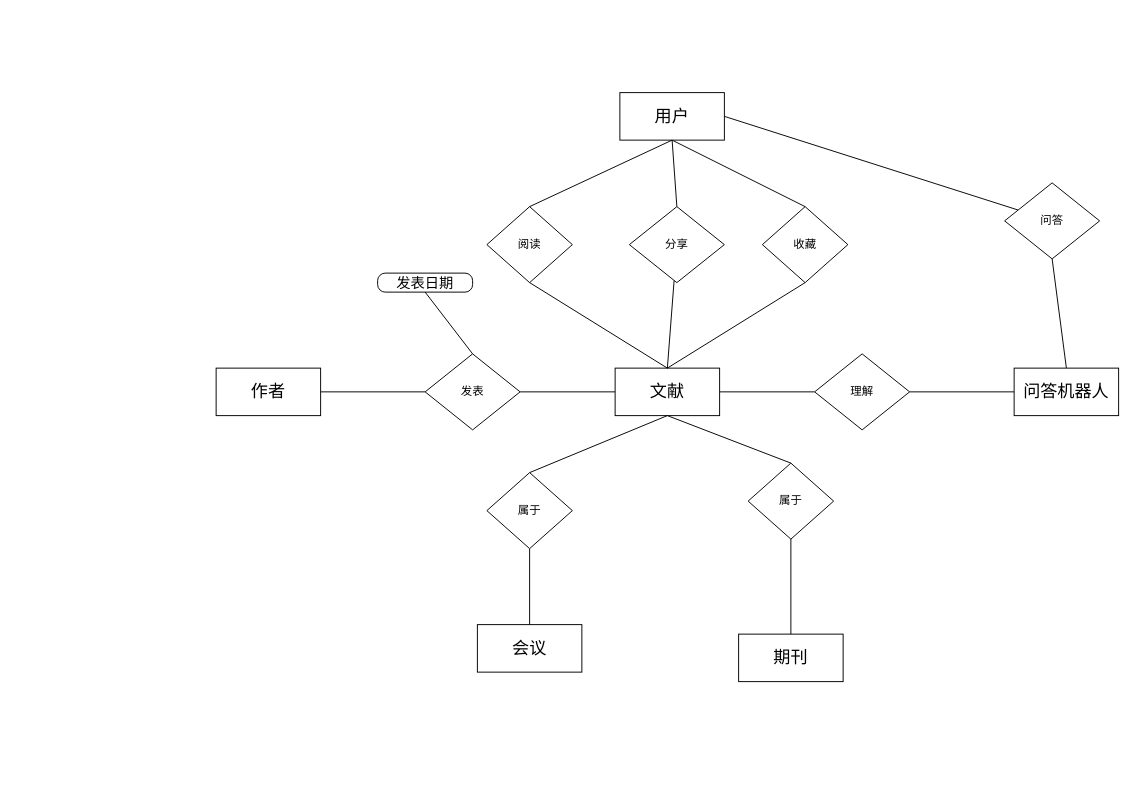
Above: ＥＲ图.drawio in yearnallover/step_into_chatgpt (draw.io), before the change. Source tidied: cells renumbered, new cells numbered last; positions are measured from the earlier drawing's top-left corner, leaving out a move shared by most shapes. Both pictures are drawn from the tidied source at 95%, with x=0, y=0 at pixel (216, 92).
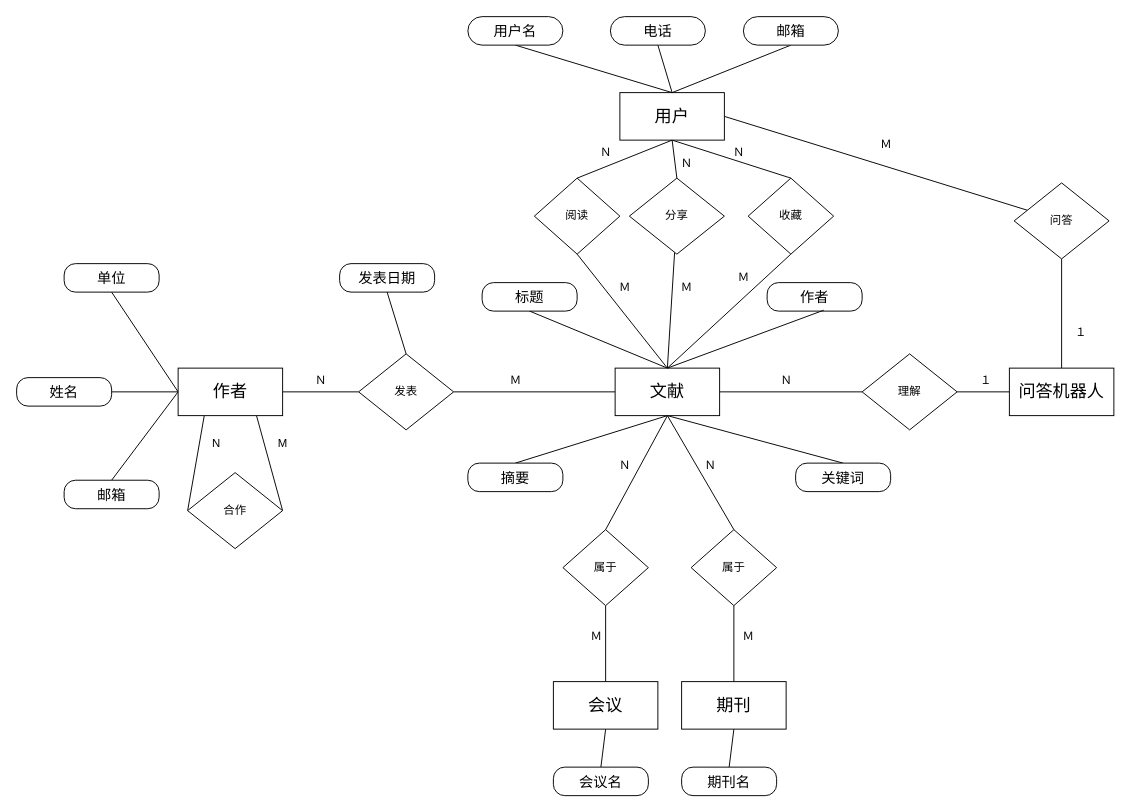
Above is the later version.

Unchanged cells that the change refers to:
```xml
<mxCell id="5" value="&lt;font style=&quot;font-size: 18px;&quot;&gt;用户&lt;/font&gt;" style="rounded=0;whiteSpace=wrap;html=1;" parent="1" vertex="1">
  <mxGeometry x="425" width="110" height="50" as="geometry" />
</mxCell>
<mxCell id="17" value="&lt;font style=&quot;font-size: 18px;&quot;&gt;文献&lt;/font&gt;" style="rounded=0;whiteSpace=wrap;html=1;" parent="1" vertex="1">
  <mxGeometry x="420" y="290" width="110" height="50" as="geometry" />
</mxCell>
```

Diff of the diagram source:
```diff
@@
     <mxCell id="6" style="shape=table;startSize=0;childLayout=tableLayout;rowLines=0;fontStyle=0;align=center;strokeColor=none;fillColor=none;" parent="1" vertex="1">
-      <mxGeometry x="305" y="200" width="180" height="30" as="geometry" />
+      <mxGeometry x="265" y="200" width="180" height="30" as="geometry" />
     </mxCell>
@@
     <mxCell id="11" value="&lt;span style=&quot;font-size: 15px;&quot;&gt;发表日期&lt;/span&gt;" style="rounded=1;whiteSpace=wrap;html=1;arcSize=40;fontColor=#000000;fillColor=#FFFFFF;strokeColor=#000000;" parent="1" vertex="1">
-      <mxGeometry x="170" y="190" width="100" height="20" as="geometry" />
+      <mxGeometry x="130" y="180" width="100" height="30" as="geometry" />
     </mxCell>
@@
+    <mxCell id="38" style="rounded=0;jettySize=auto;html=1;entryX=0.5;entryY=0;entryDx=0;entryDy=0;endArrow=none;endFill=0;exitX=0;exitY=0.5;exitDx=0;exitDy=0;" parent="1" edge="1" source="13" target="63">
+      <mxGeometry relative="1" as="geometry" />
+    </mxCell>
+    <mxCell id="39" style="rounded=0;jettySize=auto;html=1;exitX=0;exitY=0.5;exitDx=0;exitDy=0;entryX=0.5;entryY=1;entryDx=0;entryDy=0;endArrow=none;endFill=0;" parent="1" edge="1" source="13" target="61">
+      <mxGeometry relative="1" as="geometry" />
+    </mxCell>
+    <mxCell id="40" style="rounded=0;jettySize=auto;html=1;exitX=0;exitY=0.5;exitDx=0;exitDy=0;entryX=1;entryY=0.5;entryDx=0;entryDy=0;endArrow=none;endFill=0;" parent="1" edge="1" source="13" target="62">
+      <mxGeometry relative="1" as="geometry" />
+    </mxCell>
+    <mxCell id="41" style="rounded=0;jettySize=auto;html=1;exitX=0.75;exitY=1;exitDx=0;exitDy=0;entryX=1;entryY=0.5;entryDx=0;entryDy=0;endArrow=none;endFill=0;" parent="1" edge="1" source="13" target="80">
+      <mxGeometry relative="1" as="geometry" />
+    </mxCell>
+    <mxCell id="42" style="rounded=0;jettySize=auto;html=1;exitX=0.25;exitY=1;exitDx=0;exitDy=0;entryX=0;entryY=0.5;entryDx=0;entryDy=0;endArrow=none;endFill=0;" parent="1" edge="1" source="13" target="80">
+      <mxGeometry relative="1" as="geometry" />
+    </mxCell>
     <mxCell id="13" value="&lt;span style=&quot;font-size: 18px;&quot;&gt;作者&lt;/span&gt;" style="rounded=0;whiteSpace=wrap;html=1;" parent="1" vertex="1">
-      <mxGeometry y="290" width="110" height="50" as="geometry" />
+      <mxGeometry x="-40" y="290" width="110" height="50" as="geometry" />
     </mxCell>
@@
+    <mxCell id="43" style="rounded=0;jettySize=auto;html=1;exitX=0.5;exitY=0;exitDx=0;exitDy=0;entryX=0.5;entryY=1;entryDx=0;entryDy=0;endArrow=none;endFill=0;" parent="1" edge="1" source="17" target="54">
+      <mxGeometry relative="1" as="geometry" />
+    </mxCell>
+    <mxCell id="44" style="rounded=0;jettySize=auto;html=1;exitX=0.5;exitY=1;exitDx=0;exitDy=0;entryX=0.5;entryY=0;entryDx=0;entryDy=0;endArrow=none;endFill=0;" parent="1" edge="1" source="17" target="57">
+      <mxGeometry relative="1" as="geometry" />
+    </mxCell>
+    <mxCell id="45" style="rounded=0;jettySize=auto;html=1;exitX=0.5;exitY=1;exitDx=0;exitDy=0;entryX=0.5;entryY=0;entryDx=0;entryDy=0;endArrow=none;endFill=0;" parent="1" edge="1" source="17" target="56">
+      <mxGeometry relative="1" as="geometry" />
+    </mxCell>
@@
+    <mxCell id="46" style="rounded=0;jettySize=auto;html=1;exitX=0.5;exitY=1;exitDx=0;exitDy=0;entryX=0.5;entryY=0;entryDx=0;entryDy=0;endArrow=none;endFill=0;" parent="1" edge="1" source="18" target="59">
+      <mxGeometry relative="1" as="geometry" />
+    </mxCell>
     <mxCell id="18" value="&lt;span style=&quot;font-size: 18px;&quot;&gt;会议&lt;/span&gt;" style="rounded=0;whiteSpace=wrap;html=1;" parent="1" vertex="1">
-      <mxGeometry x="275" y="560" width="110" height="50" as="geometry" />
+      <mxGeometry x="355" y="620" width="110" height="50" as="geometry" />
     </mxCell>
@@
     <mxCell id="20" value="&lt;span style=&quot;font-size: 18px;&quot;&gt;问答机器人&lt;/span&gt;" style="rounded=0;whiteSpace=wrap;html=1;" parent="1" vertex="1">
-      <mxGeometry x="840" y="290" width="110" height="50" as="geometry" />
+      <mxGeometry x="835" y="290" width="110" height="50" as="geometry" />
     </mxCell>
     <mxCell id="21" value="发表" style="rhombus;whiteSpace=wrap;html=1;" parent="1" vertex="1">
-      <mxGeometry x="220" y="275" width="100" height="80" as="geometry" />
+      <mxGeometry x="150" y="275" width="100" height="80" as="geometry" />
     </mxCell>
     <mxCell id="22" value="阅读" style="rhombus;whiteSpace=wrap;html=1;" parent="1" vertex="1">
-      <mxGeometry x="285" y="120" width="90" height="80" as="geometry" />
+      <mxGeometry x="335" y="90" width="90" height="80" as="geometry" />
     </mxCell>
@@
     <mxCell id="26" value="收藏" style="rhombus;whiteSpace=wrap;html=1;" parent="1" vertex="1">
-      <mxGeometry x="575" y="120" width="90" height="80" as="geometry" />
+      <mxGeometry x="560" y="90" width="90" height="80" as="geometry" />
     </mxCell>
     <mxCell id="27" value="分享" style="rhombus;whiteSpace=wrap;html=1;" parent="1" vertex="1">
-      <mxGeometry x="435" y="120" width="100" height="80" as="geometry" />
+      <mxGeometry x="435" y="90" width="100" height="80" as="geometry" />
     </mxCell>
@@
     <mxCell id="29" value="问答" style="rhombus;whiteSpace=wrap;html=1;" parent="1" vertex="1">
-      <mxGeometry x="830" y="95" width="100" height="80" as="geometry" />
+      <mxGeometry x="840" y="95" width="100" height="80" as="geometry" />
     </mxCell>
     <mxCell id="30" value="理解" style="rhombus;whiteSpace=wrap;html=1;" parent="1" vertex="1">
-      <mxGeometry x="630" y="275" width="100" height="80" as="geometry" />
+      <mxGeometry x="680" y="275" width="100" height="80" as="geometry" />
     </mxCell>
+    <mxCell id="47" style="rounded=0;jettySize=auto;html=1;exitX=0.5;exitY=1;exitDx=0;exitDy=0;entryX=0.5;entryY=0;entryDx=0;entryDy=0;endArrow=none;endFill=0;" parent="1" edge="1" source="31" target="60">
+      <mxGeometry relative="1" as="geometry" />
+    </mxCell>
     <mxCell id="31" value="&lt;span style=&quot;font-size: 18px;&quot;&gt;期刊&lt;/span&gt;" style="rounded=0;whiteSpace=wrap;html=1;" parent="1" vertex="1">
-      <mxGeometry x="550" y="570" width="110" height="50" as="geometry" />
+      <mxGeometry x="490" y="620" width="110" height="50" as="geometry" />
     </mxCell>
@@
     <mxCell id="34" value="属于" style="rhombus;whiteSpace=wrap;html=1;" parent="1" vertex="1">
-      <mxGeometry x="285" y="400" width="90" height="80" as="geometry" />
+      <mxGeometry x="365" y="460" width="90" height="80" as="geometry" />
     </mxCell>
@@
     <mxCell id="37" value="属于" style="rhombus;whiteSpace=wrap;html=1;" parent="1" vertex="1">
-      <mxGeometry x="560" y="390" width="90" height="80" as="geometry" />
+      <mxGeometry x="500" y="460" width="90" height="80" as="geometry" />
     </mxCell>
+    <mxCell id="48" style="rounded=0;jettySize=auto;html=1;exitX=0.5;exitY=1;exitDx=0;exitDy=0;entryX=0.5;entryY=0;entryDx=0;entryDy=0;endArrow=none;endFill=0;" parent="1" edge="1" source="49" target="5">
+      <mxGeometry relative="1" as="geometry" />
+    </mxCell>
+    <mxCell id="49" value="&lt;span style=&quot;font-size: 15px;&quot;&gt;用户名&lt;/span&gt;" style="rounded=1;whiteSpace=wrap;html=1;arcSize=50;fontColor=#000000;fillColor=#FFFFFF;strokeColor=#000000;" parent="1" vertex="1">
+      <mxGeometry x="265" y="-80" width="100" height="30" as="geometry" />
+    </mxCell>
+    <mxCell id="50" style="rounded=0;jettySize=auto;html=1;exitX=0.5;exitY=1;exitDx=0;exitDy=0;entryX=0.5;entryY=0;entryDx=0;entryDy=0;endArrow=none;endFill=0;" parent="1" edge="1" source="51" target="5">
+      <mxGeometry relative="1" as="geometry" />
+    </mxCell>
+    <mxCell id="51" value="&lt;span style=&quot;font-size: 15px;&quot;&gt;电话&lt;/span&gt;" style="rounded=1;whiteSpace=wrap;html=1;arcSize=50;fontColor=#000000;fillColor=#FFFFFF;strokeColor=#000000;" parent="1" vertex="1">
+      <mxGeometry x="415" y="-80" width="100" height="30" as="geometry" />
+    </mxCell>
+    <mxCell id="52" style="rounded=0;jettySize=auto;html=1;exitX=0.5;exitY=1;exitDx=0;exitDy=0;entryX=0.5;entryY=0;entryDx=0;entryDy=0;endArrow=none;endFill=0;" parent="1" edge="1" source="53" target="5">
+      <mxGeometry relative="1" as="geometry" />
+    </mxCell>
+    <mxCell id="53" value="&lt;span style=&quot;font-size: 15px;&quot;&gt;邮箱&lt;/span&gt;" style="rounded=1;whiteSpace=wrap;html=1;arcSize=50;fontColor=#000000;fillColor=#FFFFFF;strokeColor=#000000;" parent="1" vertex="1">
+      <mxGeometry x="555" y="-80" width="100" height="30" as="geometry" />
+    </mxCell>
+    <mxCell id="54" value="&lt;span style=&quot;font-size: 15px;&quot;&gt;标题&lt;/span&gt;" style="rounded=1;whiteSpace=wrap;html=1;arcSize=40;fontColor=#000000;fillColor=#FFFFFF;strokeColor=#000000;" parent="1" vertex="1">
+      <mxGeometry x="280" y="200" width="100" height="30" as="geometry" />
+    </mxCell>
+    <mxCell id="55" value="&lt;span style=&quot;font-size: 15px;&quot;&gt;作者&lt;/span&gt;" style="rounded=1;whiteSpace=wrap;html=1;arcSize=40;fontColor=#000000;fillColor=#FFFFFF;strokeColor=#000000;" parent="1" vertex="1">
+      <mxGeometry x="580" y="200" width="100" height="30" as="geometry" />
+    </mxCell>
+    <mxCell id="56" value="&lt;span style=&quot;font-size: 15px;&quot;&gt;摘要&lt;/span&gt;" style="rounded=1;whiteSpace=wrap;html=1;arcSize=40;fontColor=#000000;fillColor=#FFFFFF;strokeColor=#000000;" parent="1" vertex="1">
+      <mxGeometry x="265" y="390" width="100" height="30" as="geometry" />
+    </mxCell>
+    <mxCell id="57" value="&lt;span style=&quot;font-size: 15px;&quot;&gt;关键词&lt;/span&gt;" style="rounded=1;whiteSpace=wrap;html=1;arcSize=40;fontColor=#000000;fillColor=#FFFFFF;strokeColor=#000000;" parent="1" vertex="1">
+      <mxGeometry x="610" y="390" width="100" height="30" as="geometry" />
+    </mxCell>
+    <mxCell id="58" style="rounded=0;jettySize=auto;html=1;exitX=0.5;exitY=0;exitDx=0;exitDy=0;entryX=0.596;entryY=0.968;entryDx=0;entryDy=0;entryPerimeter=0;endArrow=none;endFill=0;" parent="1" edge="1" source="17" target="55">
+      <mxGeometry relative="1" as="geometry" />
+    </mxCell>
+    <mxCell id="59" value="&lt;span style=&quot;font-size: 15px;&quot;&gt;会议名&lt;/span&gt;" style="rounded=1;whiteSpace=wrap;html=1;arcSize=40;fontColor=#000000;fillColor=#FFFFFF;strokeColor=#000000;" parent="1" vertex="1">
+      <mxGeometry x="355" y="710" width="100" height="30" as="geometry" />
+    </mxCell>
+    <mxCell id="60" value="&lt;span style=&quot;font-size: 15px;&quot;&gt;期刊名&lt;/span&gt;" style="rounded=1;whiteSpace=wrap;html=1;arcSize=40;fontColor=#000000;fillColor=#FFFFFF;strokeColor=#000000;" parent="1" vertex="1">
+      <mxGeometry x="490" y="710" width="100" height="30" as="geometry" />
+    </mxCell>
+    <mxCell id="61" value="&lt;span style=&quot;font-size: 15px;&quot;&gt;单位&lt;/span&gt;" style="rounded=1;whiteSpace=wrap;html=1;arcSize=40;fontColor=#000000;fillColor=#FFFFFF;strokeColor=#000000;" parent="1" vertex="1">
+      <mxGeometry x="-160" y="180" width="100" height="30" as="geometry" />
+    </mxCell>
+    <mxCell id="62" value="&lt;span style=&quot;font-size: 15px;&quot;&gt;姓名&lt;/span&gt;" style="rounded=1;whiteSpace=wrap;html=1;arcSize=40;fontColor=#000000;fillColor=#FFFFFF;strokeColor=#000000;" parent="1" vertex="1">
+      <mxGeometry x="-210" y="300" width="100" height="30" as="geometry" />
+    </mxCell>
+    <mxCell id="63" value="&lt;span style=&quot;font-size: 15px;&quot;&gt;邮箱&lt;/span&gt;" style="rounded=1;whiteSpace=wrap;html=1;arcSize=40;fontColor=#000000;fillColor=#FFFFFF;strokeColor=#000000;" parent="1" vertex="1">
+      <mxGeometry x="-160" y="408" width="100" height="30" as="geometry" />
+    </mxCell>
+    <mxCell id="64" value="Ｎ" style="text;html=1;align=center;verticalAlign=middle;strokeColor=none;fillColor=none;" parent="1" vertex="1">
+      <mxGeometry x="90" y="288" width="40" height="30" as="geometry" />
+    </mxCell>
+    <mxCell id="65" value="Ｍ" style="text;html=1;align=center;verticalAlign=middle;strokeColor=none;fillColor=none;" parent="1" vertex="1">
+      <mxGeometry x="295" y="288" width="40" height="30" as="geometry" />
+    </mxCell>
+    <mxCell id="66" value="Ｎ" style="text;html=1;align=center;verticalAlign=middle;strokeColor=none;fillColor=none;" parent="1" vertex="1">
+      <mxGeometry x="410" y="378" width="40" height="30" as="geometry" />
+    </mxCell>
+    <mxCell id="67" value="Ｍ" style="text;html=1;align=center;verticalAlign=middle;strokeColor=none;fillColor=none;" parent="1" vertex="1">
+      <mxGeometry x="380" y="558" width="40" height="30" as="geometry" />
+    </mxCell>
+    <mxCell id="68" value="Ｎ" style="text;html=1;align=center;verticalAlign=middle;strokeColor=none;fillColor=none;" parent="1" vertex="1">
+      <mxGeometry x="500" y="378" width="40" height="30" as="geometry" />
+    </mxCell>
+    <mxCell id="69" value="Ｍ" style="text;html=1;align=center;verticalAlign=middle;strokeColor=none;fillColor=none;" parent="1" vertex="1">
+      <mxGeometry x="540" y="558" width="40" height="30" as="geometry" />
+    </mxCell>
+    <mxCell id="70" value="Ｎ" style="text;html=1;align=center;verticalAlign=middle;strokeColor=none;fillColor=none;" parent="1" vertex="1">
+      <mxGeometry x="580" y="288" width="40" height="30" as="geometry" />
+    </mxCell>
+    <mxCell id="71" value="１" style="text;html=1;align=center;verticalAlign=middle;strokeColor=none;fillColor=none;" parent="1" vertex="1">
+      <mxGeometry x="790" y="288" width="40" height="30" as="geometry" />
+    </mxCell>
+    <mxCell id="72" value="Ｍ" style="text;html=1;align=center;verticalAlign=middle;strokeColor=none;fillColor=none;" parent="1" vertex="1">
+      <mxGeometry x="685" y="40" width="40" height="30" as="geometry" />
+    </mxCell>
+    <mxCell id="73" value="１" style="text;html=1;align=center;verticalAlign=middle;strokeColor=none;fillColor=none;" parent="1" vertex="1">
+      <mxGeometry x="890" y="238" width="40" height="30" as="geometry" />
+    </mxCell>
+    <mxCell id="74" value="Ｎ" style="text;html=1;align=center;verticalAlign=middle;strokeColor=none;fillColor=none;" parent="1" vertex="1">
+      <mxGeometry x="530" y="48" width="40" height="30" as="geometry" />
+    </mxCell>
+    <mxCell id="75" value="Ｍ" style="text;html=1;align=center;verticalAlign=middle;strokeColor=none;fillColor=none;" parent="1" vertex="1">
+      <mxGeometry x="535" y="180" width="40" height="30" as="geometry" />
+    </mxCell>
+    <mxCell id="76" value="Ｎ" style="text;html=1;align=center;verticalAlign=middle;strokeColor=none;fillColor=none;" parent="1" vertex="1">
+      <mxGeometry x="475" y="60" width="40" height="30" as="geometry" />
+    </mxCell>
+    <mxCell id="77" value="Ｍ" style="text;html=1;align=center;verticalAlign=middle;strokeColor=none;fillColor=none;" parent="1" vertex="1">
+      <mxGeometry x="475" y="190" width="40" height="30" as="geometry" />
+    </mxCell>
+    <mxCell id="78" value="Ｎ" style="text;html=1;align=center;verticalAlign=middle;strokeColor=none;fillColor=none;" parent="1" vertex="1">
+      <mxGeometry x="390" y="48" width="40" height="30" as="geometry" />
+    </mxCell>
+    <mxCell id="79" value="Ｍ" style="text;html=1;align=center;verticalAlign=middle;strokeColor=none;fillColor=none;" parent="1" vertex="1">
+      <mxGeometry x="410" y="190" width="40" height="30" as="geometry" />
+    </mxCell>
+    <mxCell id="80" value="合作" style="rhombus;whiteSpace=wrap;html=1;" parent="1" vertex="1">
+      <mxGeometry x="-30" y="400" width="100" height="80" as="geometry" />
+    </mxCell>
+    <mxCell id="81" value="N" style="text;html=1;align=center;verticalAlign=middle;strokeColor=none;fillColor=none;" parent="1" vertex="1">
+      <mxGeometry x="-15" y="355" width="30" height="30" as="geometry" />
+    </mxCell>
+    <mxCell id="82" value="M" style="text;html=1;align=center;verticalAlign=middle;strokeColor=none;fillColor=none;" parent="1" vertex="1">
+      <mxGeometry x="55" y="355" width="30" height="30" as="geometry" />
+    </mxCell>
```
